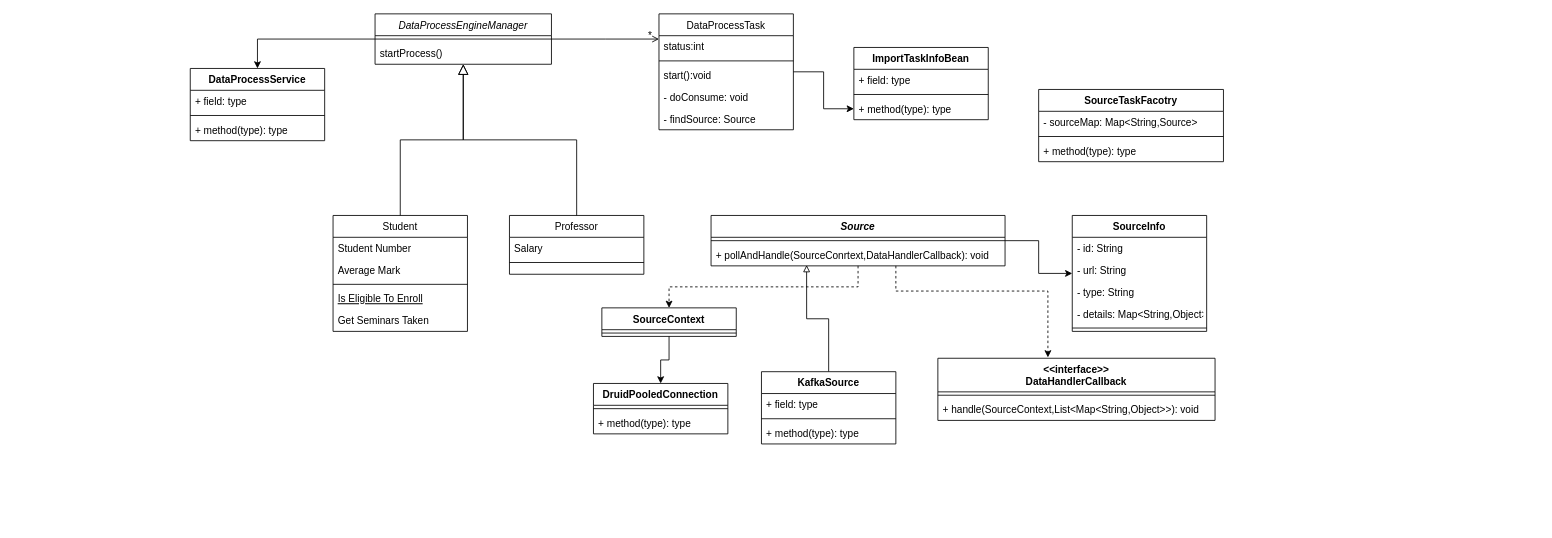
Above: DMS.drawio in tianch731/DMS (draw.io), before the change. Source tidied: cells renumbered, new cells numbered last; positions are measured from the earlier drawing's top-left corner, leaving out a move shared by most shapes. Both pictures are drawn from the tidied source at 84%, with x=0, y=0 at pixel (190, 13).
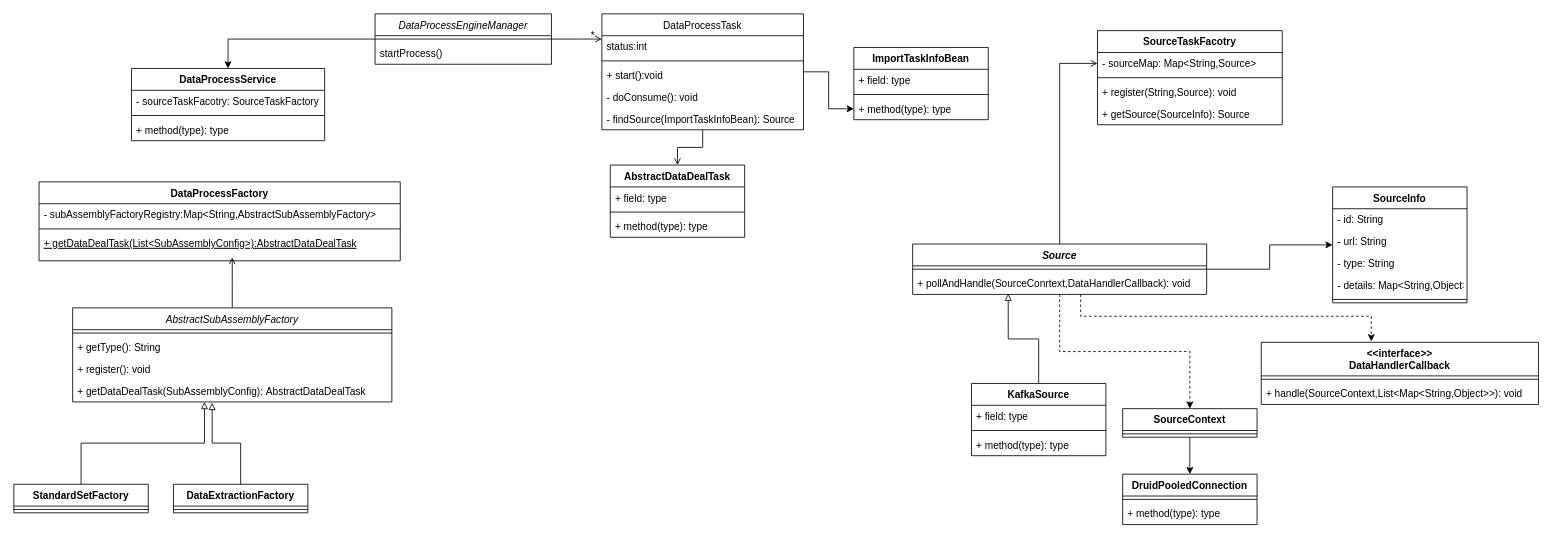
Above is the later version.

Unchanged cells that the change refers to:
```xml
<mxCell id="3" value="DataProcessEngineManager" style="swimlane;fontStyle=2;align=center;verticalAlign=top;horizontal=1;startSize=26;rounded=0;shadow=0;strokeWidth=1;" parent="1" vertex="1">
  <mxGeometry x="220" width="210" height="60" as="geometry" />
</mxCell>
<mxCell id="62" value="- sourceMap: Map&lt;String,Source&gt;" style="text;strokeColor=none;fillColor=none;align=left;verticalAlign=top;spacingLeft=4;spacingRight=4;overflow=hidden;points=[[0,0.5],[1,0.5]];portConstraint=eastwest;" parent="61" vertex="1">
  <mxGeometry y="26" width="220" height="26" as="geometry" />
</mxCell>
```

Change to the diagram source:
```diff
@@
-    <mxCell id="6" value="Student" style="swimlane;fontStyle=0;align=center;verticalAlign=top;horizontal=1;startSize=26;rounded=0;shadow=0;strokeWidth=1;" parent="1" vertex="1">
-      <mxGeometry x="170" y="240" width="160" height="138" as="geometry" />
+    <mxCell id="6" value="DataProcessFactory" style="swimlane;fontStyle=1;align=center;verticalAlign=top;horizontal=1;startSize=26;rounded=0;shadow=0;strokeWidth=1;" parent="1" vertex="1">
+      <mxGeometry x="-180" y="200" width="430" height="94" as="geometry" />
     </mxCell>
-    <mxCell id="7" value="Student Number" style="text;align=left;verticalAlign=top;spacingLeft=4;spacingRight=4;overflow=hidden;" parent="6" vertex="1">
-      <mxGeometry y="26" width="160" height="26" as="geometry" />
+    <mxCell id="7" value="- subAssemblyFactoryRegistry:Map&lt;String,AbstractSubAssemblyFactory&gt;" style="text;align=left;verticalAlign=top;spacingLeft=4;spacingRight=4;overflow=hidden;" parent="6" vertex="1">
+      <mxGeometry y="26" width="430" height="26" as="geometry" />
     </mxCell>
-    <mxCell id="8" value="Average Mark" style="text;align=left;verticalAlign=top;spacingLeft=4;spacingRight=4;overflow=hidden;rounded=0;shadow=0;html=0;" parent="6" vertex="1">
-      <mxGeometry y="52" width="160" height="26" as="geometry" />
-    </mxCell>
     <mxCell id="9" style="line;html=1;strokeWidth=1;align=left;verticalAlign=middle;spacingTop=-1;spacingLeft=3;spacingRight=3;labelPosition=right;" parent="6" vertex="1">
-      <mxGeometry y="78" width="160" height="8" as="geometry" />
+      <mxGeometry y="52" width="430" height="8" as="geometry" />
     </mxCell>
-    <mxCell id="10" value="Is Eligible To Enroll" style="text;align=left;verticalAlign=top;spacingLeft=4;spacingRight=4;overflow=hidden;fontStyle=4;" parent="6" vertex="1">
-      <mxGeometry y="86" width="160" height="26" as="geometry" />
+    <mxCell id="10" value="+ getDataDealTask(List&lt;SubAssemblyConfig&gt;):AbstractDataDealTask" style="text;align=left;verticalAlign=top;spacingLeft=4;spacingRight=4;overflow=hidden;fontStyle=4;" parent="6" vertex="1">
+      <mxGeometry y="60" width="430" height="26" as="geometry" />
     </mxCell>
-    <mxCell id="11" value="Get Seminars Taken" style="text;align=left;verticalAlign=top;spacingLeft=4;spacingRight=4;overflow=hidden;" parent="6" vertex="1">
-      <mxGeometry y="112" width="160" height="26" as="geometry" />
-    </mxCell>
-    <mxCell id="12" style="endArrow=block;endSize=10;endFill=0;shadow=0;strokeWidth=1;rounded=0;edgeStyle=elbowEdgeStyle;elbow=vertical;" parent="1" edge="1" source="6" target="3">
-      <mxGeometry relative="1" as="geometry" />
-    </mxCell>
+    <mxCell id="65" style="edgeStyle=orthogonalEdgeStyle;rounded=0;jettySize=auto;html=1;endArrow=open;endFill=0;" parent="1" edge="1" source="13">
+      <mxGeometry relative="1" as="geometry">
+        <mxPoint x="50" y="290" as="targetPoint" />
+      </mxGeometry>
+    </mxCell>
-    <mxCell id="13" value="Professor" style="swimlane;fontStyle=0;align=center;verticalAlign=top;horizontal=1;startSize=26;rounded=0;shadow=0;strokeWidth=1;" parent="1" vertex="1">
-      <mxGeometry x="380" y="240" width="160" height="70" as="geometry" />
+    <mxCell id="13" value="AbstractSubAssemblyFactory" style="swimlane;fontStyle=2;align=center;verticalAlign=top;horizontal=1;startSize=26;rounded=0;shadow=0;strokeWidth=1;" parent="1" vertex="1">
+      <mxGeometry x="-140" y="350" width="380" height="112" as="geometry" />
     </mxCell>
-    <mxCell id="14" value="Salary" style="text;align=left;verticalAlign=top;spacingLeft=4;spacingRight=4;overflow=hidden;" parent="13" vertex="1">
-      <mxGeometry y="26" width="160" height="26" as="geometry" />
-    </mxCell>
     <mxCell id="15" style="line;html=1;strokeWidth=1;align=left;verticalAlign=middle;spacingTop=-1;spacingLeft=3;spacingRight=3;labelPosition=right;" parent="13" vertex="1">
-      <mxGeometry y="52" width="160" height="8" as="geometry" />
+      <mxGeometry y="26" width="380" height="8" as="geometry" />
     </mxCell>
-    <mxCell id="16" style="endArrow=block;endSize=10;endFill=0;shadow=0;strokeWidth=1;rounded=0;edgeStyle=elbowEdgeStyle;elbow=vertical;" parent="1" edge="1" source="13" target="3">
-      <mxGeometry relative="1" as="geometry" />
-    </mxCell>
+    <mxCell id="66" value="+ getType(): String" style="text;strokeColor=none;fillColor=none;align=left;verticalAlign=top;spacingLeft=4;spacingRight=4;overflow=hidden;html=0;" parent="13" vertex="1">
+      <mxGeometry y="34" width="380" height="26" as="geometry" />
+    </mxCell>
+    <mxCell id="67" value="+ register(): void" style="text;strokeColor=none;fillColor=none;align=left;verticalAlign=top;spacingLeft=4;spacingRight=4;overflow=hidden;html=0;" parent="13" vertex="1">
+      <mxGeometry y="60" width="380" height="26" as="geometry" />
+    </mxCell>
+    <mxCell id="68" value="+ getDataDealTask(SubAssemblyConfig): AbstractDataDealTask" style="text;strokeColor=none;fillColor=none;align=left;verticalAlign=top;spacingLeft=4;spacingRight=4;overflow=hidden;points=[[0,0.5],[1,0.5]];portConstraint=eastwest;html=0;" parent="13" vertex="1">
+      <mxGeometry y="86" width="380" height="26" as="geometry" />
+    </mxCell>
@@
+    <mxCell id="69" style="edgeStyle=orthogonalEdgeStyle;rounded=0;jettySize=auto;html=1;endArrow=open;endFill=0;" parent="1" edge="1" source="18" target="72">
+      <mxGeometry relative="1" as="geometry" />
+    </mxCell>
     <mxCell id="18" value="DataProcessTask" style="swimlane;fontStyle=0;align=center;verticalAlign=top;horizontal=1;startSize=26;rounded=0;shadow=0;strokeWidth=1;" parent="1" vertex="1">
-      <mxGeometry x="558" width="160" height="138" as="geometry" />
+      <mxGeometry x="490" width="240" height="138" as="geometry" />
     </mxCell>
     <mxCell id="19" value="status:int" style="text;align=left;verticalAlign=top;spacingLeft=4;spacingRight=4;overflow=hidden;" parent="18" vertex="1">
-      <mxGeometry y="26" width="160" height="26" as="geometry" />
+      <mxGeometry y="26" width="240" height="26" as="geometry" />
     </mxCell>
     <mxCell id="20" style="line;html=1;strokeWidth=1;align=left;verticalAlign=middle;spacingTop=-1;spacingLeft=3;spacingRight=3;labelPosition=right;" parent="18" vertex="1">
-      <mxGeometry y="52" width="160" height="8" as="geometry" />
+      <mxGeometry y="52" width="240" height="8" as="geometry" />
     </mxCell>
-    <mxCell id="21" value="start():void" style="text;align=left;verticalAlign=top;spacingLeft=4;spacingRight=4;overflow=hidden;" parent="18" vertex="1">
-      <mxGeometry y="60" width="160" height="26" as="geometry" />
+    <mxCell id="21" value="+ start():void" style="text;align=left;verticalAlign=top;spacingLeft=4;spacingRight=4;overflow=hidden;" parent="18" vertex="1">
+      <mxGeometry y="60" width="240" height="26" as="geometry" />
     </mxCell>
-    <mxCell id="22" value="- doConsume: void" style="text;strokeColor=none;fillColor=none;align=left;verticalAlign=top;spacingLeft=4;spacingRight=4;overflow=hidden;" parent="18" vertex="1">
-      <mxGeometry y="86" width="160" height="26" as="geometry" />
+    <mxCell id="22" value="- doConsume(): void" style="text;strokeColor=none;fillColor=none;align=left;verticalAlign=top;spacingLeft=4;spacingRight=4;overflow=hidden;" parent="18" vertex="1">
+      <mxGeometry y="86" width="240" height="26" as="geometry" />
     </mxCell>
-    <mxCell id="23" value="- findSource: Source" style="text;strokeColor=none;fillColor=none;align=left;verticalAlign=top;spacingLeft=4;spacingRight=4;overflow=hidden;" parent="18" vertex="1">
-      <mxGeometry y="112" width="160" height="26" as="geometry" />
+    <mxCell id="23" value="- findSource(ImportTaskInfoBean): Source" style="text;strokeColor=none;fillColor=none;align=left;verticalAlign=top;spacingLeft=4;spacingRight=4;overflow=hidden;" parent="18" vertex="1">
+      <mxGeometry y="112" width="240" height="26" as="geometry" />
     </mxCell>
@@
     <mxCell id="27" value="DataProcessService" style="swimlane;fontStyle=1;align=center;verticalAlign=top;horizontal=1;startSize=26;" parent="1" vertex="1">
-      <mxGeometry y="65" width="160" height="86" as="geometry" />
+      <mxGeometry x="-70" y="65" width="230" height="86" as="geometry" />
     </mxCell>
-    <mxCell id="28" value="+ field: type" style="text;strokeColor=none;fillColor=none;align=left;verticalAlign=top;spacingLeft=4;spacingRight=4;overflow=hidden;" parent="27" vertex="1">
-      <mxGeometry y="26" width="160" height="26" as="geometry" />
+    <mxCell id="28" value="- sourceTaskFacotry: SourceTaskFactory" style="text;strokeColor=none;fillColor=none;align=left;verticalAlign=top;spacingLeft=4;spacingRight=4;overflow=hidden;" parent="27" vertex="1">
+      <mxGeometry y="26" width="230" height="26" as="geometry" />
     </mxCell>
     <mxCell id="29" style="line;strokeWidth=1;fillColor=none;align=left;verticalAlign=middle;spacingTop=-1;spacingLeft=3;spacingRight=3;labelPosition=right;" parent="27" vertex="1">
-      <mxGeometry y="52" width="160" height="8" as="geometry" />
+      <mxGeometry y="52" width="230" height="8" as="geometry" />
     </mxCell>
     <mxCell id="30" value="+ method(type): type" style="text;strokeColor=none;fillColor=none;align=left;verticalAlign=top;spacingLeft=4;spacingRight=4;overflow=hidden;" parent="27" vertex="1">
-      <mxGeometry y="60" width="160" height="26" as="geometry" />
+      <mxGeometry y="60" width="230" height="26" as="geometry" />
     </mxCell>
@@
     <mxCell id="36" style="edgeStyle=orthogonalEdgeStyle;rounded=0;jettySize=auto;html=1;entryX=0.397;entryY=-0.014;entryDx=0;entryDy=0;entryPerimeter=0;dashed=1;" parent="1" edge="1" source="38" target="50">
       <mxGeometry relative="1" as="geometry">
         <Array as="points">
-          <mxPoint x="840" y="330" />
-          <mxPoint x="1021" y="330" />
+          <mxPoint x="1060" y="360" />
+          <mxPoint x="1406" y="360" />
         </Array>
       </mxGeometry>
     </mxCell>
@@
+    <mxCell id="70" style="edgeStyle=orthogonalEdgeStyle;rounded=0;jettySize=auto;html=1;endArrow=open;endFill=0;" parent="1" edge="1" source="38" target="62">
+      <mxGeometry relative="1" as="geometry">
+        <Array as="points">
+          <mxPoint x="1035" y="59" />
+        </Array>
+      </mxGeometry>
+    </mxCell>
     <mxCell id="38" value="Source" style="swimlane;fontStyle=3;align=center;verticalAlign=top;horizontal=1;startSize=26;" parent="1" vertex="1">
-      <mxGeometry x="620" y="240" width="350" height="60" as="geometry" />
+      <mxGeometry x="860" y="274" width="350" height="60" as="geometry" />
     </mxCell>
@@
     <mxCell id="41" value="SourceInfo" style="swimlane;fontStyle=1;align=center;verticalAlign=top;horizontal=1;startSize=26;" parent="1" vertex="1">
-      <mxGeometry x="1050" y="240" width="160" height="138" as="geometry" />
+      <mxGeometry x="1360" y="206" width="160" height="138" as="geometry" />
     </mxCell>
@@
     <mxCell id="48" value="SourceContext" style="swimlane;fontStyle=1;align=center;verticalAlign=top;horizontal=1;startSize=26;" parent="1" vertex="1">
-      <mxGeometry x="490" y="350" width="160" height="34" as="geometry" />
+      <mxGeometry x="1110" y="470" width="160" height="34" as="geometry" />
     </mxCell>
@@
     <mxCell id="50" value="&lt;&lt;interface&gt;&gt;&#10;DataHandlerCallback" style="swimlane;fontStyle=1;align=center;verticalAlign=top;horizontal=1;startSize=40;" parent="1" vertex="1">
-      <mxGeometry x="890" y="410" width="330" height="74" as="geometry" />
+      <mxGeometry x="1275" y="391" width="330" height="74" as="geometry" />
     </mxCell>
@@
     <mxCell id="53" value="DruidPooledConnection" style="swimlane;fontStyle=1;align=center;verticalAlign=top;horizontal=1;startSize=26;html=0;" parent="1" vertex="1">
-      <mxGeometry x="480" y="440" width="160" height="60" as="geometry" />
+      <mxGeometry x="1110" y="548" width="160" height="60" as="geometry" />
     </mxCell>
@@
     <mxCell id="57" value="KafkaSource" style="swimlane;fontStyle=1;align=center;verticalAlign=top;horizontal=1;startSize=26;html=0;" parent="1" vertex="1">
-      <mxGeometry x="680" y="426" width="160" height="86" as="geometry" />
+      <mxGeometry x="930" y="440" width="160" height="86" as="geometry" />
     </mxCell>
@@
     <mxCell id="61" value="SourceTaskFacotry" style="swimlane;fontStyle=1;align=center;verticalAlign=top;horizontal=1;startSize=26;html=0;" parent="1" vertex="1">
-      <mxGeometry x="1010" y="90" width="220" height="86" as="geometry" />
+      <mxGeometry x="1080" y="20" width="220" height="112" as="geometry" />
     </mxCell>
@@
-    <mxCell id="64" value="+ method(type): type" style="text;strokeColor=none;fillColor=none;align=left;verticalAlign=top;spacingLeft=4;spacingRight=4;overflow=hidden;" parent="61" vertex="1">
+    <mxCell id="64" value="+ register(String,Source): void" style="text;strokeColor=none;fillColor=none;align=left;verticalAlign=top;spacingLeft=4;spacingRight=4;overflow=hidden;" parent="61" vertex="1">
       <mxGeometry y="60" width="220" height="26" as="geometry" />
     </mxCell>
+    <mxCell id="71" value="+ getSource(SourceInfo): Source" style="text;strokeColor=none;fillColor=none;align=left;verticalAlign=top;spacingLeft=4;spacingRight=4;overflow=hidden;html=0;" parent="61" vertex="1">
+      <mxGeometry y="86" width="220" height="26" as="geometry" />
+    </mxCell>
+    <mxCell id="72" value="AbstractDataDealTask" style="swimlane;fontStyle=1;align=center;verticalAlign=top;horizontal=1;startSize=26;html=0;" parent="1" vertex="1">
+      <mxGeometry x="500" y="180" width="160" height="86" as="geometry" />
+    </mxCell>
+    <mxCell id="73" value="+ field: type" style="text;strokeColor=none;fillColor=none;align=left;verticalAlign=top;spacingLeft=4;spacingRight=4;overflow=hidden;" parent="72" vertex="1">
+      <mxGeometry y="26" width="160" height="26" as="geometry" />
+    </mxCell>
+    <mxCell id="74" style="line;strokeWidth=1;fillColor=none;align=left;verticalAlign=middle;spacingTop=-1;spacingLeft=3;spacingRight=3;labelPosition=right;" parent="72" vertex="1">
+      <mxGeometry y="52" width="160" height="8" as="geometry" />
+    </mxCell>
+    <mxCell id="75" value="+ method(type): type" style="text;strokeColor=none;fillColor=none;align=left;verticalAlign=top;spacingLeft=4;spacingRight=4;overflow=hidden;" parent="72" vertex="1">
+      <mxGeometry y="60" width="160" height="26" as="geometry" />
+    </mxCell>
+    <mxCell id="76" style="edgeStyle=orthogonalEdgeStyle;rounded=0;jettySize=auto;html=1;entryX=0.413;entryY=1;entryDx=0;entryDy=0;entryPerimeter=0;endArrow=block;endFill=0;" parent="1" edge="1" source="77" target="68">
+      <mxGeometry relative="1" as="geometry" />
+    </mxCell>
+    <mxCell id="77" value="StandardSetFactory" style="swimlane;fontStyle=1;align=center;verticalAlign=top;horizontal=1;startSize=26;html=0;" parent="1" vertex="1">
+      <mxGeometry x="-210" y="560" width="160" height="34" as="geometry" />
+    </mxCell>
+    <mxCell id="78" style="line;strokeWidth=1;fillColor=none;align=left;verticalAlign=middle;spacingTop=-1;spacingLeft=3;spacingRight=3;labelPosition=right;" parent="77" vertex="1">
+      <mxGeometry y="26" width="160" height="8" as="geometry" />
+    </mxCell>
+    <mxCell id="79" style="edgeStyle=orthogonalEdgeStyle;rounded=0;jettySize=auto;html=1;entryX=0.437;entryY=1.038;entryDx=0;entryDy=0;entryPerimeter=0;endArrow=block;endFill=0;" parent="1" edge="1" source="80" target="68">
+      <mxGeometry relative="1" as="geometry" />
+    </mxCell>
+    <mxCell id="80" value="DataExtractionFactory" style="swimlane;fontStyle=1;align=center;verticalAlign=top;horizontal=1;startSize=26;html=0;" parent="1" vertex="1">
+      <mxGeometry x="-20" y="560" width="160" height="34" as="geometry" />
+    </mxCell>
+    <mxCell id="81" style="line;strokeWidth=1;fillColor=none;align=left;verticalAlign=middle;spacingTop=-1;spacingLeft=3;spacingRight=3;labelPosition=right;" parent="80" vertex="1">
+      <mxGeometry y="26" width="160" height="8" as="geometry" />
+    </mxCell>
```
